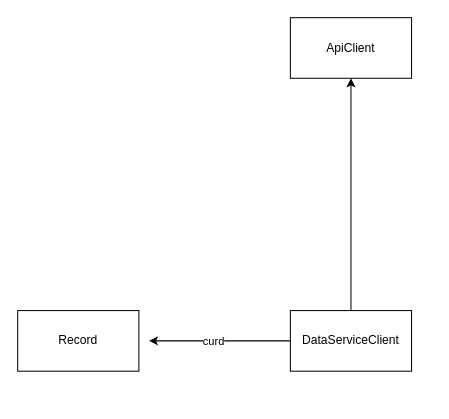
This is dataserver.drawio from uxlsl/32hike, a draw.io file, before an edit. Source tidied: cells renumbered, new cells numbered last; positions are measured from the earlier drawing's top-left corner, leaving out a move shared by most shapes. Both pictures are drawn from the tidied source at 101%, with x=0, y=0 at pixel (17, 17).
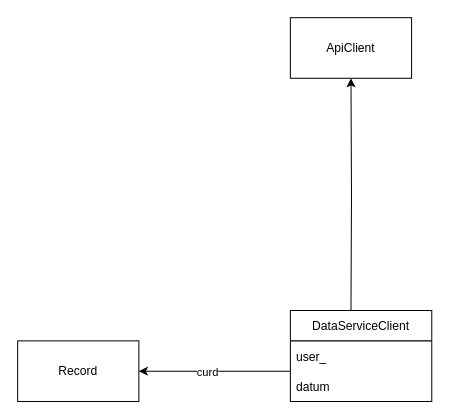
After the change.

Change to the diagram source:
```diff
@@
 <mxGraphModel>
   <root>
     <mxCell id="0" />
     <mxCell id="1" parent="0" />
     <mxCell id="2" value="ApiClient&lt;br&gt;" style="rounded=0;whiteSpace=wrap;html=1;" parent="1" vertex="1">
       <mxGeometry x="270" width="120" height="60" as="geometry" />
     </mxCell>
-    <mxCell id="3" style="edgeStyle=orthogonalEdgeStyle;rounded=0;jettySize=auto;html=1;entryX=0.5;entryY=1;entryDx=0;entryDy=0;" parent="1" edge="1" source="4" target="2">
-      <mxGeometry relative="1" as="geometry" />
+    <mxCell id="3" style="edgeStyle=orthogonalEdgeStyle;rounded=0;jettySize=auto;html=1;entryX=0.5;entryY=1;entryDx=0;entryDy=0;" parent="1" edge="1" target="2">
+      <mxGeometry relative="1" as="geometry">
+        <mxPoint x="330" y="290" as="sourcePoint" />
+      </mxGeometry>
     </mxCell>
-    <mxCell id="4" value="DataServiceClient" style="rounded=0;whiteSpace=wrap;html=1;" parent="1" vertex="1">
-      <mxGeometry x="270" y="290" width="120" height="60" as="geometry" />
-    </mxCell>
     <mxCell id="5" value="Record" style="rounded=0;whiteSpace=wrap;html=1;" parent="1" vertex="1">
-      <mxGeometry y="290" width="120" height="60" as="geometry" />
+      <mxGeometry y="320" width="120" height="60" as="geometry" />
     </mxCell>
-    <mxCell id="6" style="endArrow=classic;html=1;rounded=0;exitX=0;exitY=0.5;exitDx=0;exitDy=0;" parent="1" edge="1" source="4">
+    <mxCell id="6" style="endArrow=classic;html=1;rounded=0;exitX=0;exitY=0.6;exitDx=0;exitDy=0;entryX=1;entryY=0.5;entryDx=0;entryDy=0;exitPerimeter=0;" parent="1" edge="1" target="5">
       <mxGeometry relative="1" as="geometry">
-        <mxPoint x="130" y="320" as="targetPoint" />
+        <mxPoint x="270" y="350" as="sourcePoint" />
+        <Array as="points">
+          <mxPoint x="170" y="350" />
+        </Array>
       </mxGeometry>
     </mxCell>
     <mxCell id="7" value="curd" style="edgeLabel;html=1;align=center;verticalAlign=middle;" parent="6" vertex="1">
       <mxGeometry x="0.1" relative="1" as="geometry" />
     </mxCell>
+    <mxCell id="4" value="DataServiceClient" style="swimlane;fontStyle=0;horizontal=1;startSize=30;" parent="1" vertex="1">
+      <mxGeometry x="270" y="290" width="140" height="90" as="geometry" />
+    </mxCell>
+    <mxCell id="8" value="user_" style="text;strokeColor=none;fillColor=none;align=left;verticalAlign=middle;spacingLeft=4;spacingRight=4;overflow=hidden;" parent="4" vertex="1">
+      <mxGeometry y="30" width="140" height="30" as="geometry" />
+    </mxCell>
+    <mxCell id="9" value="datum" style="text;strokeColor=none;fillColor=none;align=left;verticalAlign=middle;spacingLeft=4;spacingRight=4;overflow=hidden;" parent="4" vertex="1">
+      <mxGeometry y="60" width="140" height="30" as="geometry" />
+    </mxCell>
   </root>
 </mxGraphModel>
```
